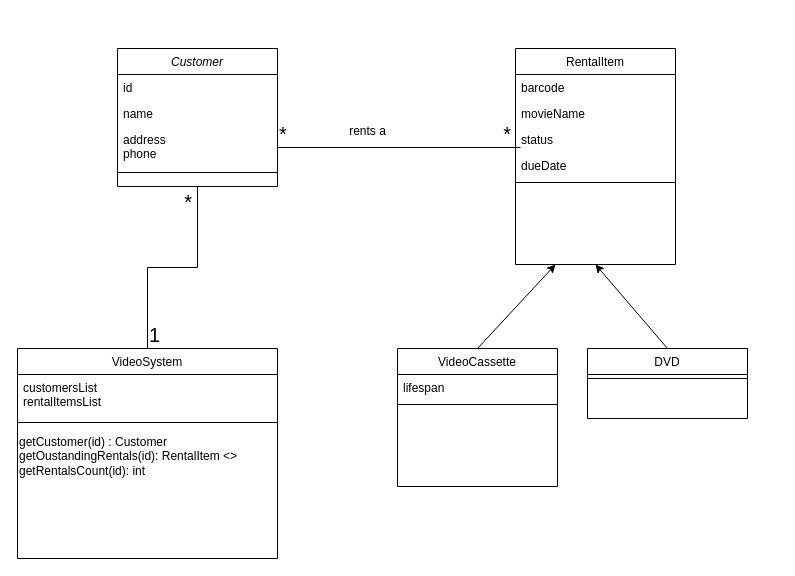
Above: Question 3 DS8 Diagram.drawio in keyboard-face/DS8-Software-Engineering (draw.io), before the change. Source tidied: cells renumbered, new cells numbered last; positions are measured from the earlier drawing's top-left corner, leaving out a move shared by most shapes. Both pictures are drawn from the tidied source at 100%, with x=0, y=0 at pixel (17, 48).
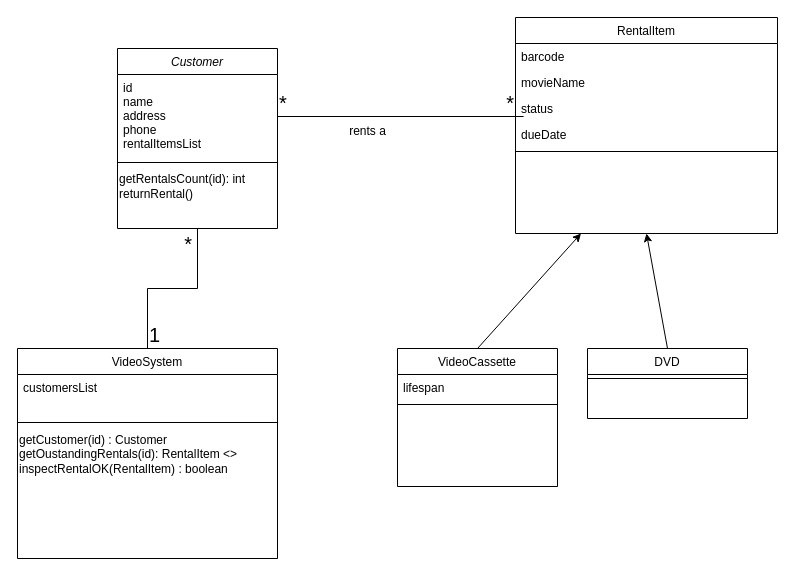
The same diagram, later.

Unchanged cells that the change refers to:
```xml
<mxCell id="20" value="VideoSystem" style="swimlane;fontStyle=0;align=center;verticalAlign=top;horizontal=1;startSize=26;rounded=0;shadow=0;strokeWidth=1;" parent="1" vertex="1">
  <mxGeometry y="300" width="260" height="210" as="geometry" />
</mxCell>
```

The edit, as a diff of the source:
```diff
@@
     <mxCell id="2" value="Customer" style="swimlane;fontStyle=2;align=center;verticalAlign=top;horizontal=1;startSize=26;rounded=0;shadow=0;strokeWidth=1;" parent="1" vertex="1">
-      <mxGeometry x="100" width="160" height="138" as="geometry" />
+      <mxGeometry x="100" width="160" height="180" as="geometry" />
     </mxCell>
-    <mxCell id="3" value="id" style="text;align=left;verticalAlign=top;spacingLeft=4;spacingRight=4;overflow=hidden;" parent="2" vertex="1">
-      <mxGeometry y="26" width="160" height="26" as="geometry" />
-    </mxCell>
-    <mxCell id="4" value="name" style="text;align=left;verticalAlign=top;spacingLeft=4;spacingRight=4;overflow=hidden;rounded=0;shadow=0;html=0;" parent="2" vertex="1">
-      <mxGeometry y="52" width="160" height="26" as="geometry" />
-    </mxCell>
-    <mxCell id="5" value="address&#10;phone" style="text;align=left;verticalAlign=top;spacingLeft=4;spacingRight=4;overflow=hidden;points=[[0,0.5],[1,0.5]];portConstraint=eastwest;rounded=0;shadow=0;html=0;" parent="2" vertex="1">
-      <mxGeometry y="78" width="160" height="42" as="geometry" />
+    <mxCell id="5" value="id&#10;name&#10;address&#10;phone&#10;rentalItemsList" style="text;align=left;verticalAlign=top;spacingLeft=4;spacingRight=4;overflow=hidden;points=[[0,0.5],[1,0.5]];portConstraint=eastwest;rounded=0;shadow=0;html=0;" parent="2" vertex="1">
+      <mxGeometry y="26" width="160" height="84" as="geometry" />
     </mxCell>
     <mxCell id="6" style="line;html=1;strokeWidth=1;align=left;verticalAlign=middle;spacingTop=-1;spacingLeft=3;spacingRight=3;labelPosition=right;" parent="2" vertex="1">
-      <mxGeometry y="120" width="160" height="8" as="geometry" />
+      <mxGeometry y="110" width="160" height="8" as="geometry" />
     </mxCell>
+    <mxCell id="31" value="getRentalsCount(id): int&lt;br&gt;returnRental()" style="text;html=1;align=left;verticalAlign=middle;strokeColor=none;fillColor=none;" parent="2" vertex="1">
+      <mxGeometry y="118" width="160" height="40" as="geometry" />
+    </mxCell>
@@
     <mxCell id="12" value="RentalItem" style="swimlane;fontStyle=0;align=center;verticalAlign=top;horizontal=1;startSize=26;rounded=0;shadow=0;strokeWidth=1;" parent="1" vertex="1">
-      <mxGeometry x="498" width="160" height="216" as="geometry" />
+      <mxGeometry x="498" y="-31" width="262" height="216" as="geometry" />
     </mxCell>
     <mxCell id="13" value="barcode" style="text;align=left;verticalAlign=top;spacingLeft=4;spacingRight=4;overflow=hidden;" parent="12" vertex="1">
-      <mxGeometry y="26" width="160" height="26" as="geometry" />
+      <mxGeometry y="26" width="262" height="26" as="geometry" />
     </mxCell>
     <mxCell id="14" value="movieName" style="text;align=left;verticalAlign=top;spacingLeft=4;spacingRight=4;overflow=hidden;rounded=0;shadow=0;html=0;" parent="12" vertex="1">
-      <mxGeometry y="52" width="160" height="26" as="geometry" />
+      <mxGeometry y="52" width="262" height="26" as="geometry" />
     </mxCell>
     <mxCell id="15" value="status" style="text;align=left;verticalAlign=top;spacingLeft=4;spacingRight=4;overflow=hidden;rounded=0;shadow=0;html=0;" parent="12" vertex="1">
-      <mxGeometry y="78" width="160" height="26" as="geometry" />
+      <mxGeometry y="78" width="262" height="26" as="geometry" />
     </mxCell>
     <mxCell id="16" value="dueDate" style="text;align=left;verticalAlign=top;spacingLeft=4;spacingRight=4;overflow=hidden;points=[[0,0.5],[1,0.5]];portConstraint=eastwest;rounded=0;shadow=0;html=0;" parent="12" vertex="1">
-      <mxGeometry y="104" width="160" height="26" as="geometry" />
+      <mxGeometry y="104" width="262" height="26" as="geometry" />
     </mxCell>
     <mxCell id="17" style="line;html=1;strokeWidth=1;align=left;verticalAlign=middle;spacingTop=-1;spacingLeft=3;spacingRight=3;labelPosition=right;" parent="12" vertex="1">
-      <mxGeometry y="130" width="160" height="8" as="geometry" />
+      <mxGeometry y="130" width="262" height="8" as="geometry" />
     </mxCell>
@@
-    <mxCell id="21" value="customersList&#10;rentalItemsList" style="text;align=left;verticalAlign=top;spacingLeft=4;spacingRight=4;overflow=hidden;" parent="20" vertex="1">
+    <mxCell id="21" value="customersList" style="text;align=left;verticalAlign=top;spacingLeft=4;spacingRight=4;overflow=hidden;" parent="20" vertex="1">
       <mxGeometry y="26" width="260" height="44" as="geometry" />
     </mxCell>
@@
-    <mxCell id="23" value="getCustomer(id) : Customer&lt;div&gt;getOustandingRentals(id): RentalItem &amp;lt;&amp;gt;&lt;/div&gt;&lt;div&gt;getRentalsCount(id): int&lt;/div&gt;" style="text;html=1;align=left;verticalAlign=middle;strokeColor=none;fillColor=none;" parent="20" vertex="1">
-      <mxGeometry y="78" width="260" height="60" as="geometry" />
+    <mxCell id="23" value="getCustomer(id) : Customer&lt;div&gt;getOustandingRentals(id): RentalItem &amp;lt;&amp;gt;&lt;/div&gt;&lt;div&gt;inspectRentalOK(RentalItem) : boolean&lt;/div&gt;&lt;div&gt;&lt;br&gt;&lt;/div&gt;" style="text;html=1;align=left;verticalAlign=middle;strokeColor=none;fillColor=none;" parent="20" vertex="1">
+      <mxGeometry y="78" width="260" height="70" as="geometry" />
     </mxCell>
```
